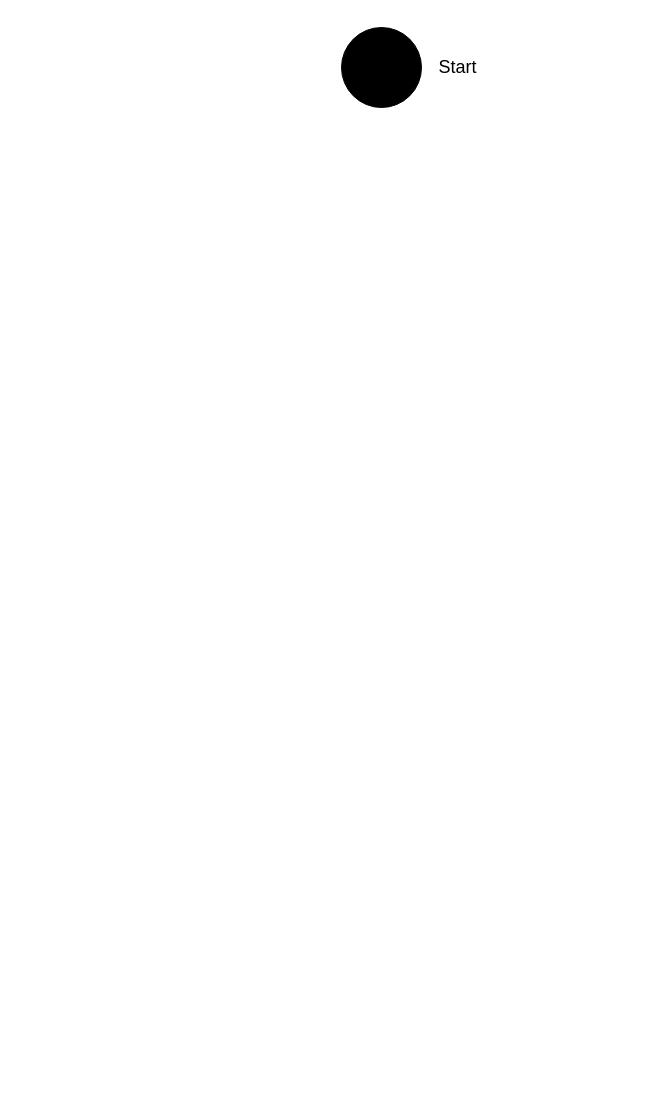
Above: Ticketautomat_ITU3/Untitled Diagram.drawio in OfficerCat/Ticketautomat_ITU (draw.io), before the change. Source tidied: cells renumbered, new cells numbered last; positions are measured from the earlier drawing's top-left corner, leaving out a move shared by most shapes. Both pictures are drawn from the tidied source at 100%, with x=0, y=0 at pixel (341, 27).
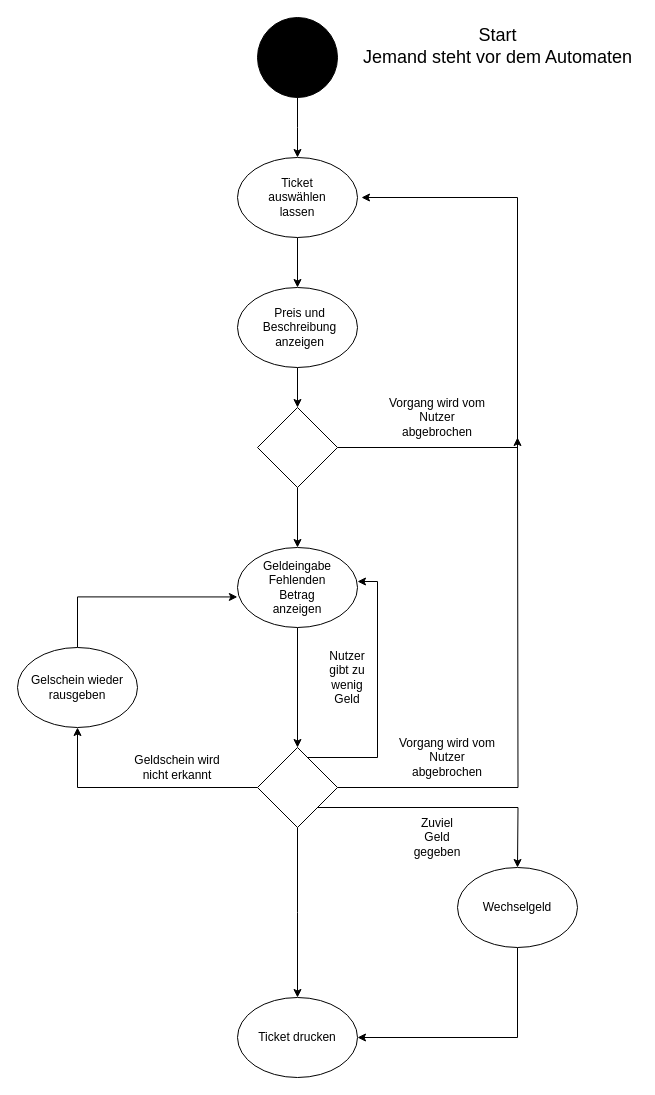
Above is the later version.

Commit message:
Erstellung fertig

Diff of the diagram source:
```diff
@@
+    <mxCell id="4" style="edgeStyle=orthogonalEdgeStyle;rounded=0;jettySize=auto;html=1;exitX=0.5;exitY=1;exitDx=0;exitDy=0;" parent="1" edge="1" source="2">
+      <mxGeometry relative="1" as="geometry">
+        <mxPoint x="-44" y="130" as="targetPoint" />
+      </mxGeometry>
+    </mxCell>
     <mxCell id="2" style="ellipse;whiteSpace=wrap;html=1;fillColor=#000000;" parent="1" vertex="1">
-      <mxGeometry width="80" height="80" as="geometry" />
+      <mxGeometry x="-84" y="-10" width="80" height="80" as="geometry" />
     </mxCell>
-    <mxCell id="3" value="&lt;font style=&quot;font-size: 18px&quot;&gt;Start&lt;/font&gt;" style="text;html=1;align=center;verticalAlign=middle;fillColor=none;strokeColor=none;rounded=0;" parent="1" vertex="1">
-      <mxGeometry x="91" y="30" width="50" height="20" as="geometry" />
+    <mxCell id="3" value="&lt;font style=&quot;font-size: 18px&quot;&gt;Start&lt;br&gt;Jemand steht vor dem Automaten&lt;br&gt;&lt;br&gt;&lt;/font&gt;" style="text;html=1;align=center;verticalAlign=middle;fillColor=none;strokeColor=none;rounded=0;" parent="1" vertex="1">
+      <mxGeometry x="16" y="5" width="280" height="50" as="geometry" />
     </mxCell>
+    <mxCell id="5" style="edgeStyle=orthogonalEdgeStyle;rounded=0;jettySize=auto;html=1;exitX=0.5;exitY=1;exitDx=0;exitDy=0;entryX=0.5;entryY=0;entryDx=0;entryDy=0;" parent="1" edge="1" source="6" target="9">
+      <mxGeometry relative="1" as="geometry" />
+    </mxCell>
+    <mxCell id="6" style="ellipse;whiteSpace=wrap;html=1;fillColor=#FFFFFF;" parent="1" vertex="1">
+      <mxGeometry x="-104" y="130" width="120" height="80" as="geometry" />
+    </mxCell>
+    <mxCell id="7" value="Ticket auswählen lassen" style="text;html=1;strokeColor=none;fillColor=none;align=center;verticalAlign=middle;whiteSpace=wrap;rounded=0;" parent="1" vertex="1">
+      <mxGeometry x="-89" y="160" width="90" height="20" as="geometry" />
+    </mxCell>
+    <mxCell id="8" style="edgeStyle=orthogonalEdgeStyle;rounded=0;jettySize=auto;html=1;exitX=0.5;exitY=1;exitDx=0;exitDy=0;entryX=0.5;entryY=0;entryDx=0;entryDy=0;" parent="1" edge="1" source="9" target="13">
+      <mxGeometry relative="1" as="geometry" />
+    </mxCell>
+    <mxCell id="9" style="ellipse;whiteSpace=wrap;html=1;fillColor=#FFFFFF;" parent="1" vertex="1">
+      <mxGeometry x="-104" y="260" width="120" height="80" as="geometry" />
+    </mxCell>
+    <mxCell id="10" value="Preis und Beschreibung anzeigen" style="text;html=1;strokeColor=none;fillColor=none;align=center;verticalAlign=middle;whiteSpace=wrap;rounded=0;" parent="1" vertex="1">
+      <mxGeometry x="-84" y="290" width="85" height="20" as="geometry" />
+    </mxCell>
+    <mxCell id="11" style="edgeStyle=orthogonalEdgeStyle;rounded=0;jettySize=auto;html=1;exitX=1;exitY=0.5;exitDx=0;exitDy=0;" parent="1" edge="1" source="13">
+      <mxGeometry relative="1" as="geometry">
+        <mxPoint x="20" y="170" as="targetPoint" />
+        <Array as="points">
+          <mxPoint x="176" y="420" />
+          <mxPoint x="176" y="170" />
+          <mxPoint x="20" y="170" />
+        </Array>
+      </mxGeometry>
+    </mxCell>
+    <mxCell id="12" style="edgeStyle=orthogonalEdgeStyle;rounded=0;jettySize=auto;html=1;exitX=0.5;exitY=1;exitDx=0;exitDy=0;entryX=0.5;entryY=0;entryDx=0;entryDy=0;" parent="1" edge="1" source="13" target="16">
+      <mxGeometry relative="1" as="geometry" />
+    </mxCell>
+    <mxCell id="13" style="rhombus;whiteSpace=wrap;html=1;fillColor=#FFFFFF;" parent="1" vertex="1">
+      <mxGeometry x="-84" y="380" width="80" height="80" as="geometry" />
+    </mxCell>
+    <mxCell id="14" value="Vorgang wird vom Nutzer abgebrochen" style="text;html=1;strokeColor=none;fillColor=none;align=center;verticalAlign=middle;whiteSpace=wrap;rounded=0;" parent="1" vertex="1">
+      <mxGeometry x="46" y="380" width="100" height="20" as="geometry" />
+    </mxCell>
+    <mxCell id="15" style="edgeStyle=orthogonalEdgeStyle;rounded=0;jettySize=auto;html=1;exitX=0.5;exitY=1;exitDx=0;exitDy=0;entryX=0.5;entryY=0;entryDx=0;entryDy=0;" parent="1" edge="1" source="16" target="23">
+      <mxGeometry relative="1" as="geometry" />
+    </mxCell>
+    <mxCell id="16" style="ellipse;whiteSpace=wrap;html=1;fillColor=#FFFFFF;" parent="1" vertex="1">
+      <mxGeometry x="-104" y="520" width="120" height="80" as="geometry" />
+    </mxCell>
+    <mxCell id="17" value="Geldeingabe&lt;br&gt;Fehlenden Betrag anzeigen&lt;br&gt;" style="text;html=1;strokeColor=none;fillColor=none;align=center;verticalAlign=middle;whiteSpace=wrap;rounded=0;" parent="1" vertex="1">
+      <mxGeometry x="-64" y="550" width="40" height="20" as="geometry" />
+    </mxCell>
+    <mxCell id="18" style="edgeStyle=orthogonalEdgeStyle;rounded=0;jettySize=auto;html=1;exitX=1;exitY=0.5;exitDx=0;exitDy=0;" parent="1" edge="1" source="23">
+      <mxGeometry relative="1" as="geometry">
+        <mxPoint x="176" y="410" as="targetPoint" />
+      </mxGeometry>
+    </mxCell>
+    <mxCell id="19" style="edgeStyle=orthogonalEdgeStyle;rounded=0;jettySize=auto;html=1;entryX=1;entryY=0.425;entryDx=0;entryDy=0;entryPerimeter=0;" parent="1" edge="1" source="23" target="16">
+      <mxGeometry relative="1" as="geometry">
+        <Array as="points">
+          <mxPoint x="36" y="730" />
+          <mxPoint x="36" y="554" />
+        </Array>
+      </mxGeometry>
+    </mxCell>
+    <mxCell id="20" style="edgeStyle=orthogonalEdgeStyle;rounded=0;jettySize=auto;html=1;exitX=0.5;exitY=1;exitDx=0;exitDy=0;" parent="1" edge="1" source="23">
+      <mxGeometry relative="1" as="geometry">
+        <mxPoint x="-44" y="970" as="targetPoint" />
+      </mxGeometry>
+    </mxCell>
+    <mxCell id="21" style="edgeStyle=orthogonalEdgeStyle;rounded=0;jettySize=auto;html=1;exitX=1;exitY=1;exitDx=0;exitDy=0;" parent="1" edge="1" source="23">
+      <mxGeometry relative="1" as="geometry">
+        <mxPoint x="176" y="840" as="targetPoint" />
+      </mxGeometry>
+    </mxCell>
+    <mxCell id="22" style="edgeStyle=orthogonalEdgeStyle;rounded=0;jettySize=auto;html=1;exitX=0;exitY=0.5;exitDx=0;exitDy=0;entryX=0.5;entryY=1;entryDx=0;entryDy=0;" parent="1" edge="1" source="23" target="31">
+      <mxGeometry relative="1" as="geometry" />
+    </mxCell>
+    <mxCell id="23" style="rhombus;whiteSpace=wrap;html=1;fillColor=#FFFFFF;" parent="1" vertex="1">
+      <mxGeometry x="-84" y="720" width="80" height="80" as="geometry" />
+    </mxCell>
+    <mxCell id="24" value="Vorgang wird vom Nutzer abgebrochen" style="text;html=1;strokeColor=none;fillColor=none;align=center;verticalAlign=middle;whiteSpace=wrap;rounded=0;" parent="1" vertex="1">
+      <mxGeometry x="56" y="720" width="100" height="20" as="geometry" />
+    </mxCell>
+    <mxCell id="25" value="Nutzer gibt zu wenig Geld" style="text;html=1;strokeColor=none;fillColor=none;align=center;verticalAlign=middle;whiteSpace=wrap;rounded=0;" parent="1" vertex="1">
+      <mxGeometry x="-14" y="640" width="40" height="20" as="geometry" />
+    </mxCell>
+    <mxCell id="26" value="Ticket drucken" style="ellipse;whiteSpace=wrap;html=1;fillColor=#FFFFFF;" parent="1" vertex="1">
+      <mxGeometry x="-104" y="970" width="120" height="80" as="geometry" />
+    </mxCell>
+    <mxCell id="27" style="edgeStyle=orthogonalEdgeStyle;rounded=0;jettySize=auto;html=1;exitX=0.5;exitY=1;exitDx=0;exitDy=0;entryX=1;entryY=0.5;entryDx=0;entryDy=0;" parent="1" edge="1" source="28" target="26">
+      <mxGeometry relative="1" as="geometry">
+        <Array as="points">
+          <mxPoint x="176" y="1010" />
+        </Array>
+      </mxGeometry>
+    </mxCell>
+    <mxCell id="28" value="Wechselgeld" style="ellipse;whiteSpace=wrap;html=1;fillColor=#FFFFFF;" parent="1" vertex="1">
+      <mxGeometry x="116" y="840" width="120" height="80" as="geometry" />
+    </mxCell>
+    <mxCell id="29" value="Zuviel Geld gegeben" style="text;html=1;strokeColor=none;fillColor=none;align=center;verticalAlign=middle;whiteSpace=wrap;rounded=0;" parent="1" vertex="1">
+      <mxGeometry x="76" y="800" width="40" height="20" as="geometry" />
+    </mxCell>
+    <mxCell id="30" style="edgeStyle=orthogonalEdgeStyle;rounded=0;jettySize=auto;html=1;exitX=0.5;exitY=0;exitDx=0;exitDy=0;entryX=-0.001;entryY=0.618;entryDx=0;entryDy=0;entryPerimeter=0;" parent="1" edge="1" source="31" target="16">
+      <mxGeometry relative="1" as="geometry" />
+    </mxCell>
+    <mxCell id="31" value="Gelschein wieder rausgeben" style="ellipse;whiteSpace=wrap;html=1;fillColor=#FFFFFF;" parent="1" vertex="1">
+      <mxGeometry x="-324" y="620" width="120" height="80" as="geometry" />
+    </mxCell>
+    <mxCell id="32" value="Geldschein wird nicht erkannt&lt;br&gt;" style="text;html=1;strokeColor=none;fillColor=none;align=center;verticalAlign=middle;whiteSpace=wrap;rounded=0;" parent="1" vertex="1">
+      <mxGeometry x="-214" y="730" width="100" height="20" as="geometry" />
+    </mxCell>
```
